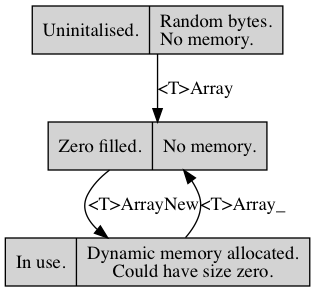
This is web/states.png from neil-edelman/boxes, a Graphviz export, as it was before one commit. Its source is kept beside it as web/states.gv. The source it was exported from:
```dot
digraph {
	node [ shape=record, style=filled ];
	null [ label = "Uninitalised.|Random bytes.\lNo memory.\l" ];
	static [ label = "Zero filled.|No memory.\l" ];
	dynamic [ label = "In use.|Dynamic memory allocated.\nCould have size zero." ];
	null -> static [ label = "<T>Array" ];
	static -> dynamic [ label = "<T>ArrayNew\l" ];
	dynamic -> static [ label = "<T>Array_" ];
}
```
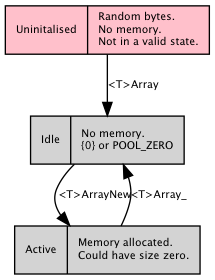
The same diagram one commit later.

What changed in the source:
```diff
@@ -1,8 +1,13 @@
 digraph {
+	fontname = "Bitstream Vera Sans"
+	fontsize = 8
+	node [ fontname = "Bitstream Vera Sans" fontsize = 8 shape = "record" ]
+	edge [ fontname = "Bitstream Vera Sans" fontsize = 8 ]
+
 	node [ shape=record, style=filled ];
-	null [ label = "Uninitalised.|Random bytes.\lNo memory.\l" ];
-	static [ label = "Zero filled.|No memory.\l" ];
-	dynamic [ label = "In use.|Dynamic memory allocated.\nCould have size zero." ];
+	null [ label = "Uninitalised|Random bytes.\lNo memory.\lNot in a valid state.\l", fillcolor = pink ];
+	static [ label = "Idle|No memory.\l\{0\} or POOL_ZERO\l" ];
+	dynamic [ label = "Active|Memory allocated.\lCould have size zero.\l" ];
 	null -> static [ label = "<T>Array" ];
 	static -> dynamic [ label = "<T>ArrayNew\l" ];
 	dynamic -> static [ label = "<T>Array_" ];
```
